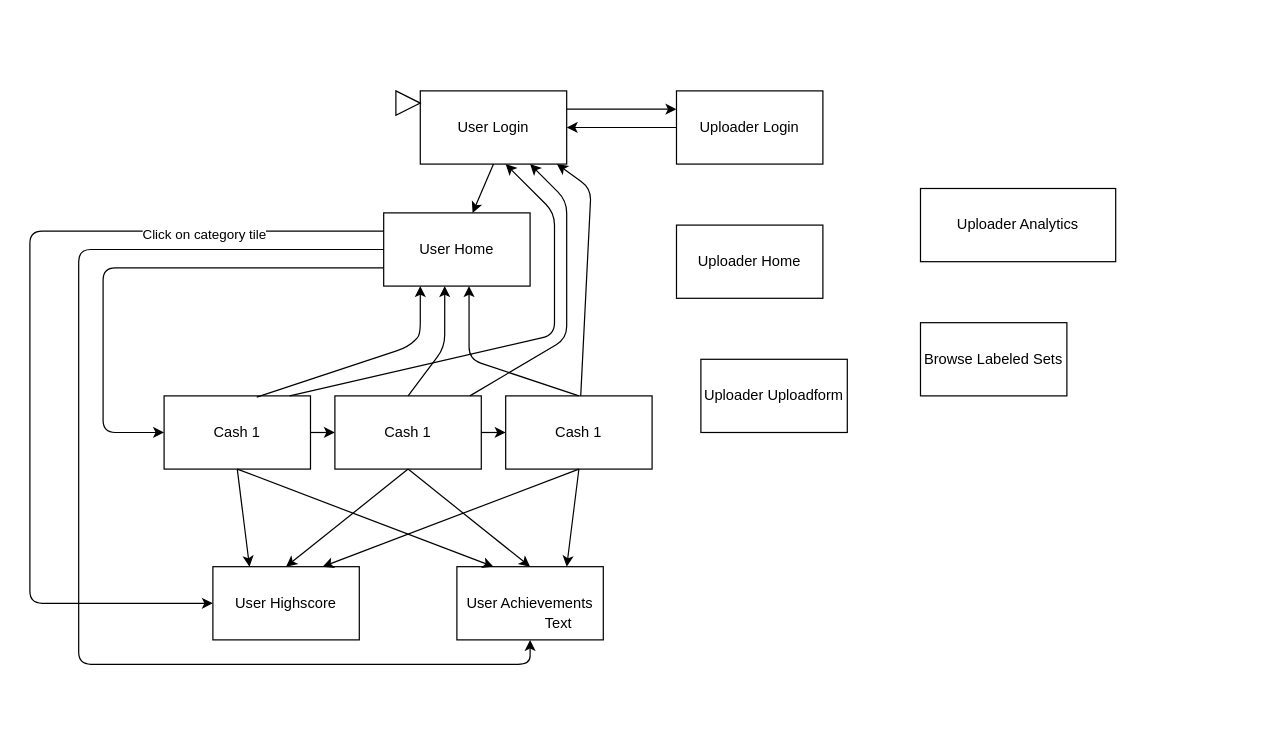
The draw.io diagram flowchart.drawio in loychris/image-labeler-app, before the edit. Source tidied: cells renumbered, new cells numbered last; positions are measured from the earlier drawing's top-left corner, leaving out a move shared by most shapes. Both pictures are drawn from the tidied source at 122%, with x=0, y=0 at pixel (29, 90).
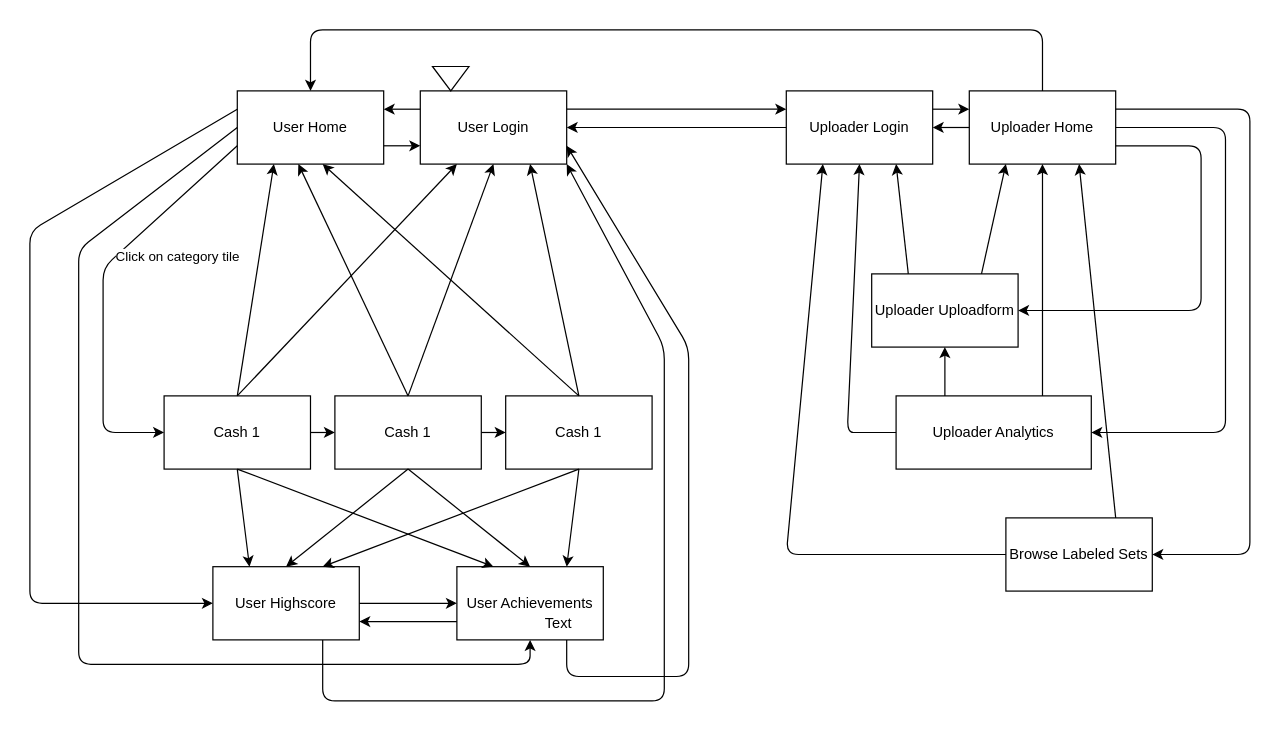
Above is the later version.

Commit message (it also covers changes not shown here):
Complete flow for users and uploaders. No colours and frills (yet).

Unchanged cells that the change refers to:
```xml
<mxCell id="5" value="User Login" style="rounded=0;whiteSpace=wrap;html=1;" parent="1" vertex="1">
  <mxGeometry x="320" width="120" height="60" as="geometry" />
</mxCell>
<mxCell id="9" value="User Achievements" style="rounded=0;whiteSpace=wrap;html=1;" parent="1" vertex="1">
  <mxGeometry x="350" y="390" width="120" height="60" as="geometry" />
</mxCell>
<mxCell id="11" value="User Highscore" style="rounded=0;whiteSpace=wrap;html=1;" parent="1" vertex="1">
  <mxGeometry x="150" y="390" width="120" height="60" as="geometry" />
</mxCell>
<mxCell id="12" value="Cash 1" style="rounded=0;whiteSpace=wrap;html=1;" parent="1" vertex="1">
  <mxGeometry x="110" y="250" width="120" height="60" as="geometry" />
</mxCell>
<mxCell id="13" value="Cash 1" style="rounded=0;whiteSpace=wrap;html=1;" parent="1" vertex="1">
  <mxGeometry x="250" y="250" width="120" height="60" as="geometry" />
</mxCell>
<mxCell id="14" value="Cash 1" style="rounded=0;whiteSpace=wrap;html=1;" parent="1" vertex="1">
  <mxGeometry x="390" y="250" width="120" height="60" as="geometry" />
</mxCell>
```

Diff of the diagram source:
```diff
@@
     <mxCell id="2" value="Uploader Login" style="rounded=0;whiteSpace=wrap;html=1;" parent="1" vertex="1">
-      <mxGeometry x="530" width="120" height="60" as="geometry" />
+      <mxGeometry x="620" width="120" height="60" as="geometry" />
     </mxCell>
     <mxCell id="3" value="User Home" style="rounded=0;whiteSpace=wrap;html=1;" parent="1" vertex="1">
-      <mxGeometry x="290" y="100" width="120" height="60" as="geometry" />
+      <mxGeometry x="170" width="120" height="60" as="geometry" />
     </mxCell>
     <mxCell id="4" value="Uploader Home" style="rounded=0;whiteSpace=wrap;html=1;" parent="1" vertex="1">
-      <mxGeometry x="530" y="110" width="120" height="60" as="geometry" />
+      <mxGeometry x="770" width="120" height="60" as="geometry" />
     </mxCell>
@@
     <mxCell id="6" value="Uploader Uploadform" style="rounded=0;whiteSpace=wrap;html=1;" parent="1" vertex="1">
-      <mxGeometry x="550" y="220" width="120" height="60" as="geometry" />
+      <mxGeometry x="690" y="150" width="120" height="60" as="geometry" />
     </mxCell>
     <mxCell id="7" value="Uploader Analytics" style="rounded=0;whiteSpace=wrap;html=1;" parent="1" vertex="1">
-      <mxGeometry x="730" y="80" width="160" height="60" as="geometry" />
+      <mxGeometry x="710" y="250" width="160" height="60" as="geometry" />
     </mxCell>
     <mxCell id="8" value="Browse Labeled Sets" style="rounded=0;whiteSpace=wrap;html=1;" parent="1" vertex="1">
-      <mxGeometry x="730" y="190" width="120" height="60" as="geometry" />
+      <mxGeometry x="800" y="350" width="120" height="60" as="geometry" />
     </mxCell>
@@
-    <mxCell id="23" style="endArrow=classic;html=1;exitX=0.633;exitY=0.017;exitDx=0;exitDy=0;exitPerimeter=0;entryX=0.25;entryY=1;entryDx=0;entryDy=0;" parent="1" edge="1" source="12" target="3">
-      <mxGeometry relative="1" as="geometry">
-        <Array as="points">
-          <mxPoint x="310" y="210" />
-          <mxPoint x="320" y="200" />
-        </Array>
-      </mxGeometry>
+    <mxCell id="23" style="endArrow=classic;html=1;exitX=0.5;exitY=0;exitDx=0;exitDy=0;entryX=0.25;entryY=1;entryDx=0;entryDy=0;" parent="1" edge="1" source="12" target="3">
+      <mxGeometry relative="1" as="geometry" />
     </mxCell>
     <mxCell id="24" style="endArrow=classic;html=1;entryX=0.583;entryY=1;entryDx=0;entryDy=0;entryPerimeter=0;exitX=0.5;exitY=0;exitDx=0;exitDy=0;" parent="1" edge="1" source="14" target="3">
-      <mxGeometry relative="1" as="geometry">
-        <Array as="points">
-          <mxPoint x="360" y="220" />
-        </Array>
-      </mxGeometry>
+      <mxGeometry relative="1" as="geometry" />
     </mxCell>
     <mxCell id="25" style="endArrow=classic;html=1;exitX=0.5;exitY=0;exitDx=0;exitDy=0;entryX=0.417;entryY=1;entryDx=0;entryDy=0;entryPerimeter=0;" parent="1" edge="1" source="13" target="3">
-      <mxGeometry relative="1" as="geometry">
-        <Array as="points">
-          <mxPoint x="340" y="210" />
-        </Array>
-      </mxGeometry>
+      <mxGeometry relative="1" as="geometry" />
     </mxCell>
-    <mxCell id="26" style="endArrow=classic;html=1;exitX=0.858;exitY=0;exitDx=0;exitDy=0;exitPerimeter=0;entryX=0.583;entryY=1;entryDx=0;entryDy=0;entryPerimeter=0;" parent="1" edge="1" source="12" target="5">
-      <mxGeometry relative="1" as="geometry">
-        <Array as="points">
-          <mxPoint x="430" y="200" />
-          <mxPoint x="430" y="100" />
-        </Array>
-      </mxGeometry>
+    <mxCell id="26" style="endArrow=classic;html=1;exitX=0.5;exitY=0;exitDx=0;exitDy=0;entryX=0.25;entryY=1;entryDx=0;entryDy=0;" parent="1" edge="1" source="12" target="5">
+      <mxGeometry relative="1" as="geometry" />
     </mxCell>
-    <mxCell id="27" style="endArrow=classic;html=1;entryX=0.75;entryY=1;entryDx=0;entryDy=0;" parent="1" edge="1" source="13" target="5">
+    <mxCell id="27" style="endArrow=classic;html=1;entryX=0.5;entryY=1;entryDx=0;entryDy=0;" parent="1" edge="1" target="5">
       <mxGeometry relative="1" as="geometry">
-        <Array as="points">
-          <mxPoint x="440" y="203" />
-          <mxPoint x="440" y="90" />
-        </Array>
+        <mxPoint x="310" y="250" as="sourcePoint" />
       </mxGeometry>
     </mxCell>
-    <mxCell id="28" style="endArrow=classic;html=1;entryX=0.933;entryY=1;entryDx=0;entryDy=0;entryPerimeter=0;" parent="1" edge="1" source="14" target="5">
-      <mxGeometry relative="1" as="geometry">
-        <Array as="points">
-          <mxPoint x="460" y="80" />
-        </Array>
-      </mxGeometry>
+    <mxCell id="28" style="endArrow=classic;html=1;entryX=0.75;entryY=1;entryDx=0;entryDy=0;exitX=0.5;exitY=0;exitDx=0;exitDy=0;" parent="1" edge="1" source="14" target="5">
+      <mxGeometry relative="1" as="geometry" />
     </mxCell>
-    <mxCell id="29" style="triangle;whiteSpace=wrap;html=1;" parent="1" vertex="1">
-      <mxGeometry x="300" width="20" height="20" as="geometry" />
-    </mxCell>
@@
-    <mxCell id="36" style="endArrow=classic;html=1;exitX=0.5;exitY=1;exitDx=0;exitDy=0;" parent="1" edge="1" source="5" target="3">
+    <mxCell id="36" style="endArrow=classic;html=1;exitX=0;exitY=0.25;exitDx=0;exitDy=0;entryX=1;entryY=0.25;entryDx=0;entryDy=0;" parent="1" edge="1" source="5" target="3">
       <mxGeometry relative="1" as="geometry" />
     </mxCell>
+    <mxCell id="37" style="endArrow=classic;html=1;exitX=1;exitY=0.5;exitDx=0;exitDy=0;" parent="1" edge="1" source="11" target="9">
+      <mxGeometry relative="1" as="geometry" />
+    </mxCell>
+    <mxCell id="38" style="endArrow=classic;html=1;exitX=0.75;exitY=1;exitDx=0;exitDy=0;entryX=1;entryY=1;entryDx=0;entryDy=0;" parent="1" edge="1" source="11" target="5">
+      <mxGeometry relative="1" as="geometry">
+        <Array as="points">
+          <mxPoint x="240" y="500" />
+          <mxPoint x="520" y="500" />
+          <mxPoint x="520" y="210" />
+        </Array>
+      </mxGeometry>
+    </mxCell>
+    <mxCell id="39" style="endArrow=classic;html=1;exitX=0;exitY=0.75;exitDx=0;exitDy=0;entryX=1;entryY=0.75;entryDx=0;entryDy=0;" parent="1" edge="1" source="9" target="11">
+      <mxGeometry relative="1" as="geometry" />
+    </mxCell>
+    <mxCell id="40" style="endArrow=classic;html=1;exitX=0.75;exitY=1;exitDx=0;exitDy=0;entryX=1;entryY=0.75;entryDx=0;entryDy=0;" parent="1" edge="1" source="9" target="5">
+      <mxGeometry relative="1" as="geometry">
+        <Array as="points">
+          <mxPoint x="440" y="480" />
+          <mxPoint x="540" y="480" />
+          <mxPoint x="540" y="210" />
+        </Array>
+      </mxGeometry>
+    </mxCell>
+    <mxCell id="41" style="endArrow=classic;html=1;exitX=1;exitY=0.75;exitDx=0;exitDy=0;entryX=0;entryY=0.75;entryDx=0;entryDy=0;" parent="1" edge="1" source="3" target="5">
+      <mxGeometry relative="1" as="geometry" />
+    </mxCell>
+    <mxCell id="42" style="triangle;whiteSpace=wrap;html=1;direction=south;" parent="1" vertex="1">
+      <mxGeometry x="330" y="-20" width="30" height="20" as="geometry" />
+    </mxCell>
+    <mxCell id="43" style="endArrow=classic;html=1;exitX=1;exitY=0.25;exitDx=0;exitDy=0;entryX=0;entryY=0.25;entryDx=0;entryDy=0;" parent="1" edge="1" source="2" target="4">
+      <mxGeometry relative="1" as="geometry" />
+    </mxCell>
+    <mxCell id="44" style="endArrow=classic;html=1;entryX=1;entryY=0.5;entryDx=0;entryDy=0;exitX=0;exitY=0.5;exitDx=0;exitDy=0;" parent="1" edge="1" source="4" target="2">
+      <mxGeometry relative="1" as="geometry" />
+    </mxCell>
+    <mxCell id="45" style="endArrow=classic;html=1;exitX=0.5;exitY=0;exitDx=0;exitDy=0;entryX=0.5;entryY=0;entryDx=0;entryDy=0;" parent="1" edge="1" source="4" target="3">
+      <mxGeometry relative="1" as="geometry">
+        <Array as="points">
+          <mxPoint x="830" y="-50" />
+          <mxPoint x="530" y="-50" />
+          <mxPoint x="230" y="-50" />
+        </Array>
+      </mxGeometry>
+    </mxCell>
+    <mxCell id="46" style="endArrow=classic;html=1;exitX=1;exitY=0.25;exitDx=0;exitDy=0;entryX=1;entryY=0.5;entryDx=0;entryDy=0;" parent="1" edge="1" source="4" target="8">
+      <mxGeometry relative="1" as="geometry">
+        <Array as="points">
+          <mxPoint x="1000" y="15" />
+          <mxPoint x="1000" y="380" />
+        </Array>
+      </mxGeometry>
+    </mxCell>
+    <mxCell id="47" style="endArrow=classic;html=1;exitX=1;exitY=0.5;exitDx=0;exitDy=0;entryX=1;entryY=0.5;entryDx=0;entryDy=0;" parent="1" edge="1" source="4" target="7">
+      <mxGeometry relative="1" as="geometry">
+        <Array as="points">
+          <mxPoint x="980" y="30" />
+          <mxPoint x="980" y="150" />
+          <mxPoint x="980" y="280" />
+        </Array>
+      </mxGeometry>
+    </mxCell>
+    <mxCell id="48" style="endArrow=classic;html=1;exitX=1;exitY=0.75;exitDx=0;exitDy=0;entryX=1;entryY=0.5;entryDx=0;entryDy=0;" parent="1" edge="1" source="4" target="6">
+      <mxGeometry relative="1" as="geometry">
+        <Array as="points">
+          <mxPoint x="960" y="45" />
+          <mxPoint x="960" y="140" />
+          <mxPoint x="960" y="180" />
+        </Array>
+      </mxGeometry>
+    </mxCell>
+    <mxCell id="49" style="endArrow=classic;html=1;exitX=0.25;exitY=0;exitDx=0;exitDy=0;entryX=0.75;entryY=1;entryDx=0;entryDy=0;" parent="1" edge="1" source="6" target="2">
+      <mxGeometry relative="1" as="geometry" />
+    </mxCell>
+    <mxCell id="50" style="endArrow=classic;html=1;exitX=0.75;exitY=0;exitDx=0;exitDy=0;entryX=0.25;entryY=1;entryDx=0;entryDy=0;" parent="1" edge="1" source="6" target="4">
+      <mxGeometry relative="1" as="geometry" />
+    </mxCell>
+    <mxCell id="51" style="endArrow=classic;html=1;exitX=0;exitY=0.5;exitDx=0;exitDy=0;entryX=0.5;entryY=1;entryDx=0;entryDy=0;" parent="1" edge="1" source="7" target="2">
+      <mxGeometry relative="1" as="geometry">
+        <Array as="points">
+          <mxPoint x="690" y="280" />
+          <mxPoint x="670" y="280" />
+        </Array>
+      </mxGeometry>
+    </mxCell>
+    <mxCell id="52" style="endArrow=classic;html=1;entryX=0.5;entryY=1;entryDx=0;entryDy=0;exitX=0.75;exitY=0;exitDx=0;exitDy=0;" parent="1" edge="1" source="7" target="4">
+      <mxGeometry relative="1" as="geometry" />
+    </mxCell>
+    <mxCell id="53" style="endArrow=classic;html=1;exitX=0;exitY=0.5;exitDx=0;exitDy=0;entryX=0.25;entryY=1;entryDx=0;entryDy=0;" parent="1" edge="1" source="8" target="2">
+      <mxGeometry relative="1" as="geometry">
+        <Array as="points">
+          <mxPoint x="620" y="380" />
+        </Array>
+      </mxGeometry>
+    </mxCell>
+    <mxCell id="54" style="endArrow=classic;html=1;exitX=0.75;exitY=0;exitDx=0;exitDy=0;entryX=0.75;entryY=1;entryDx=0;entryDy=0;" parent="1" edge="1" source="8" target="4">
+      <mxGeometry relative="1" as="geometry" />
+    </mxCell>
+    <mxCell id="55" style="endArrow=classic;html=1;exitX=0.25;exitY=0;exitDx=0;exitDy=0;" parent="1" edge="1" source="7" target="6">
+      <mxGeometry relative="1" as="geometry" />
+    </mxCell>
```
